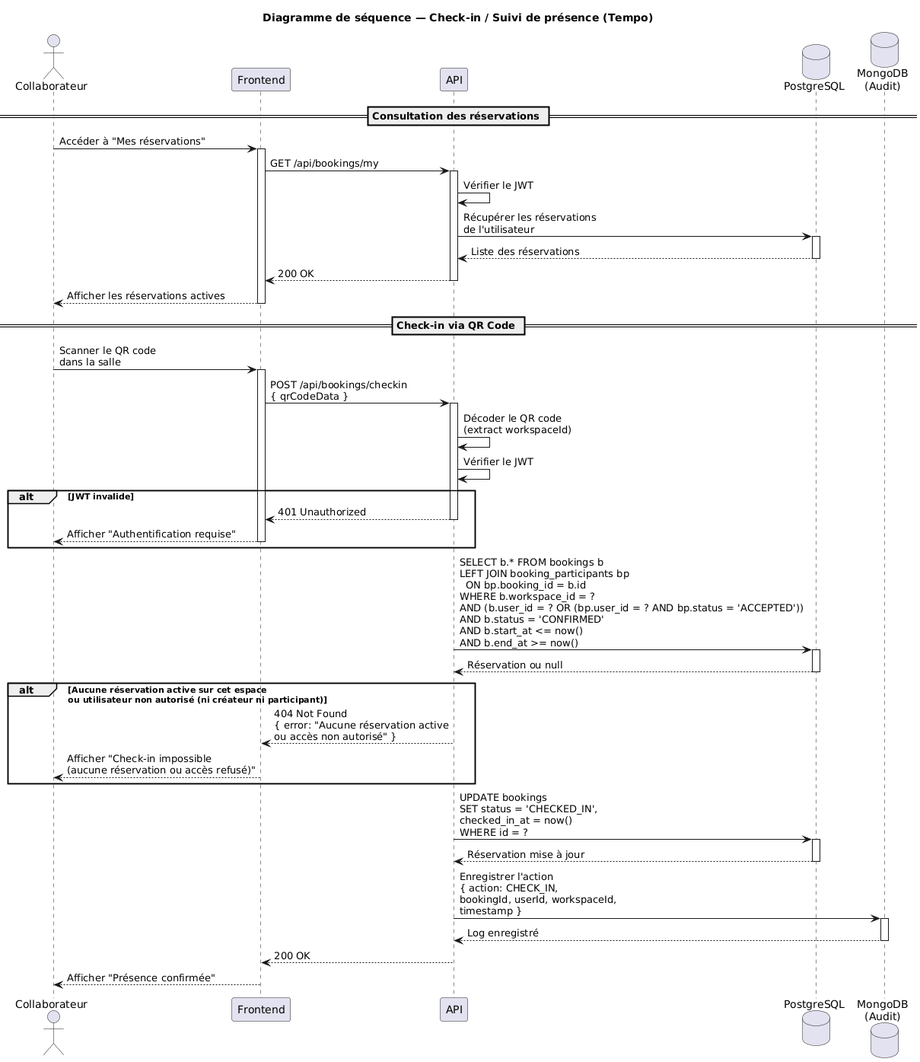
Above: diagrams/sequence diagram - checkin.png in Vaalley/tempo (PlantUML), before the change. Source of this version:
```plantuml
@startuml
title Diagramme de séquence — Check-in / Suivi de présence (Tempo)

actor "Collaborateur" as User
participant "Frontend" as Frontend
participant "API" as API
database "PostgreSQL" as DB
database "MongoDB\n(Audit)" as Mongo

== Consultation des réservations ==

User -> Frontend : Accéder à "Mes réservations"
activate Frontend

Frontend -> API : GET /api/bookings/my
activate API

API -> API : Vérifier le JWT

API -> DB : Récupérer les réservations\nde l'utilisateur
activate DB
DB --> API : Liste des réservations
deactivate DB

API --> Frontend : 200 OK
deactivate API

Frontend --> User : Afficher les réservations actives
deactivate Frontend

== Check-in via QR Code ==

User -> Frontend : Scanner le QR code\ndans la salle
activate Frontend

Frontend -> API : POST /api/bookings/checkin\n{ qrCodeData }
activate API

API -> API : Décoder le QR code\n(extract workspaceId)

API -> API : Vérifier le JWT

alt JWT invalide
    API --> Frontend : 401 Unauthorized
    deactivate API
    Frontend --> User : Afficher "Authentification requise"
    deactivate Frontend
end

API -> DB : SELECT b.* FROM bookings b\nLEFT JOIN booking_participants bp\n  ON bp.booking_id = b.id\nWHERE b.workspace_id = ?\nAND (b.user_id = ? OR (bp.user_id = ? AND bp.status = 'ACCEPTED'))\nAND b.status = 'CONFIRMED'\nAND b.start_at <= now()\nAND b.end_at >= now()
activate DB
DB --> API : Réservation ou null
deactivate DB

alt Aucune réservation active sur cet espace\nou utilisateur non autorisé (ni créateur ni participant)
    API --> Frontend : 404 Not Found\n{ error: "Aucune réservation active\nou accès non autorisé" }
    deactivate API
    Frontend --> User : Afficher "Check-in impossible\n(aucune réservation ou accès refusé)"
    deactivate Frontend
end

API -> DB : UPDATE bookings\nSET status = 'CHECKED_IN',\nchecked_in_at = now()\nWHERE id = ?
activate DB
DB --> API : Réservation mise à jour
deactivate DB

API -> Mongo : Enregistrer l'action\n{ action: CHECK_IN,\nbookingId, userId, workspaceId,\ntimestamp }
activate Mongo
Mongo --> API : Log enregistré
deactivate Mongo

API --> Frontend : 200 OK
deactivate API

Frontend --> User : Afficher "Présence confirmée"
deactivate Frontend
@enduml
```
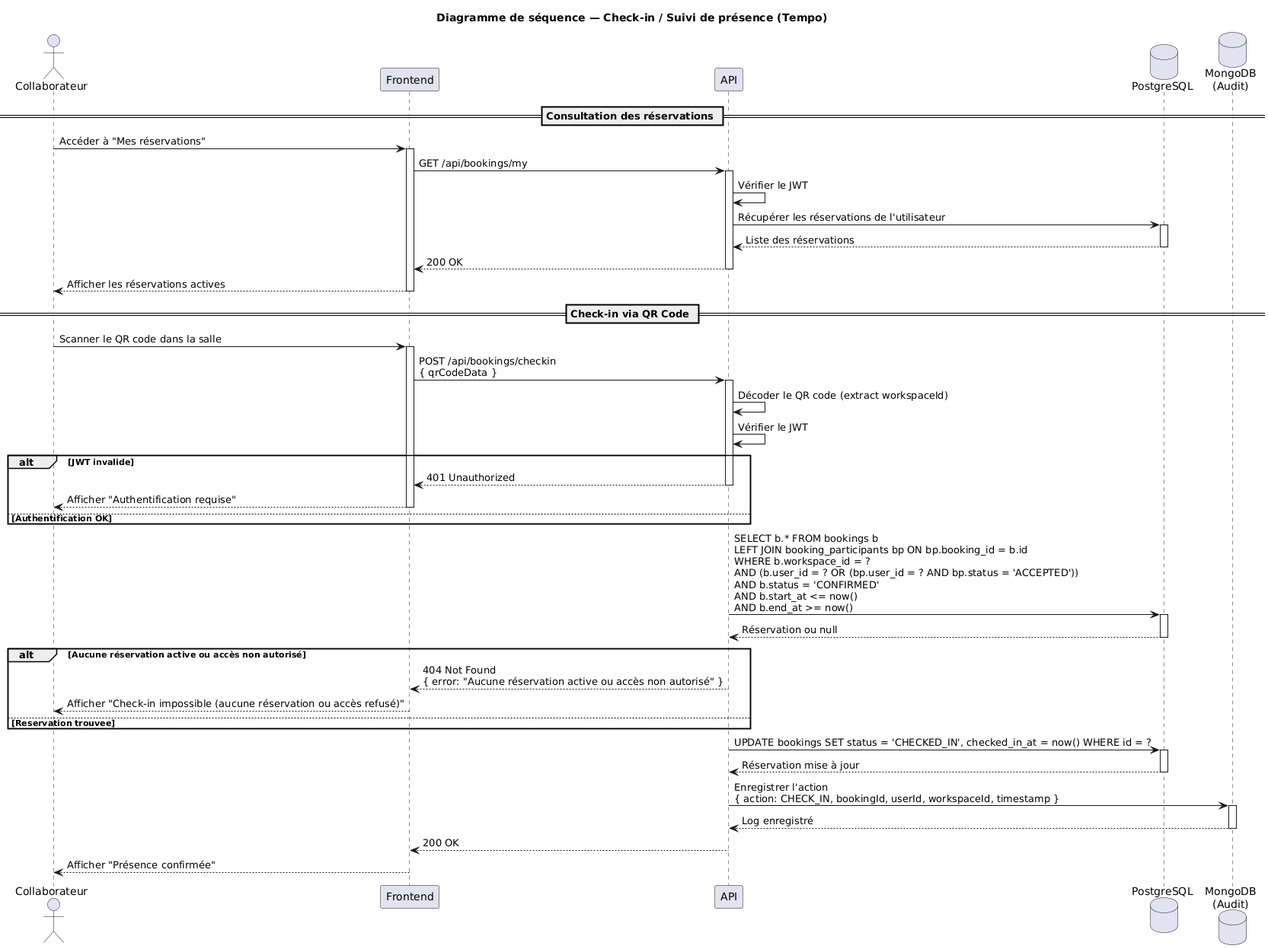
After the change.

Commit message:
docs: improve sequence diagram formatting and add explicit flow branches

Change to the diagram source:
```diff
@@ -17,7 +17,7 @@
 
 API -> API : Vérifier le JWT
 
-API -> DB : Récupérer les réservations\nde l'utilisateur
+API -> DB : Récupérer les réservations de l'utilisateur
 activate DB
 DB --> API : Liste des réservations
 deactivate DB
@@ -30,13 +30,13 @@
 
 == Check-in via QR Code ==
 
-User -> Frontend : Scanner le QR code\ndans la salle
+User -> Frontend : Scanner le QR code dans la salle
 activate Frontend
 
 Frontend -> API : POST /api/bookings/checkin\n{ qrCodeData }
 activate API
 
-API -> API : Décoder le QR code\n(extract workspaceId)
+API -> API : Décoder le QR code (extract workspaceId)
 
 API -> API : Vérifier le JWT
 
@@ -45,26 +45,28 @@
     deactivate API
     Frontend --> User : Afficher "Authentification requise"
     deactivate Frontend
+else Authentification OK
 end
 
-API -> DB : SELECT b.* FROM bookings b\nLEFT JOIN booking_participants bp\n  ON bp.booking_id = b.id\nWHERE b.workspace_id = ?\nAND (b.user_id = ? OR (bp.user_id = ? AND bp.status = 'ACCEPTED'))\nAND b.status = 'CONFIRMED'\nAND b.start_at <= now()\nAND b.end_at >= now()
+API -> DB : SELECT b.* FROM bookings b\nLEFT JOIN booking_participants bp ON bp.booking_id = b.id\nWHERE b.workspace_id = ?\nAND (b.user_id = ? OR (bp.user_id = ? AND bp.status = 'ACCEPTED'))\nAND b.status = 'CONFIRMED'\nAND b.start_at <= now()\nAND b.end_at >= now()
 activate DB
 DB --> API : Réservation ou null
 deactivate DB
 
-alt Aucune réservation active sur cet espace\nou utilisateur non autorisé (ni créateur ni participant)
-    API --> Frontend : 404 Not Found\n{ error: "Aucune réservation active\nou accès non autorisé" }
+alt Aucune réservation active ou accès non autorisé
+    API --> Frontend : 404 Not Found\n{ error: "Aucune réservation active ou accès non autorisé" }
     deactivate API
-    Frontend --> User : Afficher "Check-in impossible\n(aucune réservation ou accès refusé)"
+    Frontend --> User : Afficher "Check-in impossible (aucune réservation ou accès refusé)"
     deactivate Frontend
+else Reservation trouvee
 end
 
-API -> DB : UPDATE bookings\nSET status = 'CHECKED_IN',\nchecked_in_at = now()\nWHERE id = ?
+API -> DB : UPDATE bookings SET status = 'CHECKED_IN', checked_in_at = now() WHERE id = ?
 activate DB
 DB --> API : Réservation mise à jour
 deactivate DB
 
-API -> Mongo : Enregistrer l'action\n{ action: CHECK_IN,\nbookingId, userId, workspaceId,\ntimestamp }
+API -> Mongo : Enregistrer l'action\n{ action: CHECK_IN, bookingId, userId, workspaceId, timestamp }
 activate Mongo
 Mongo --> API : Log enregistré
 deactivate Mongo
```
